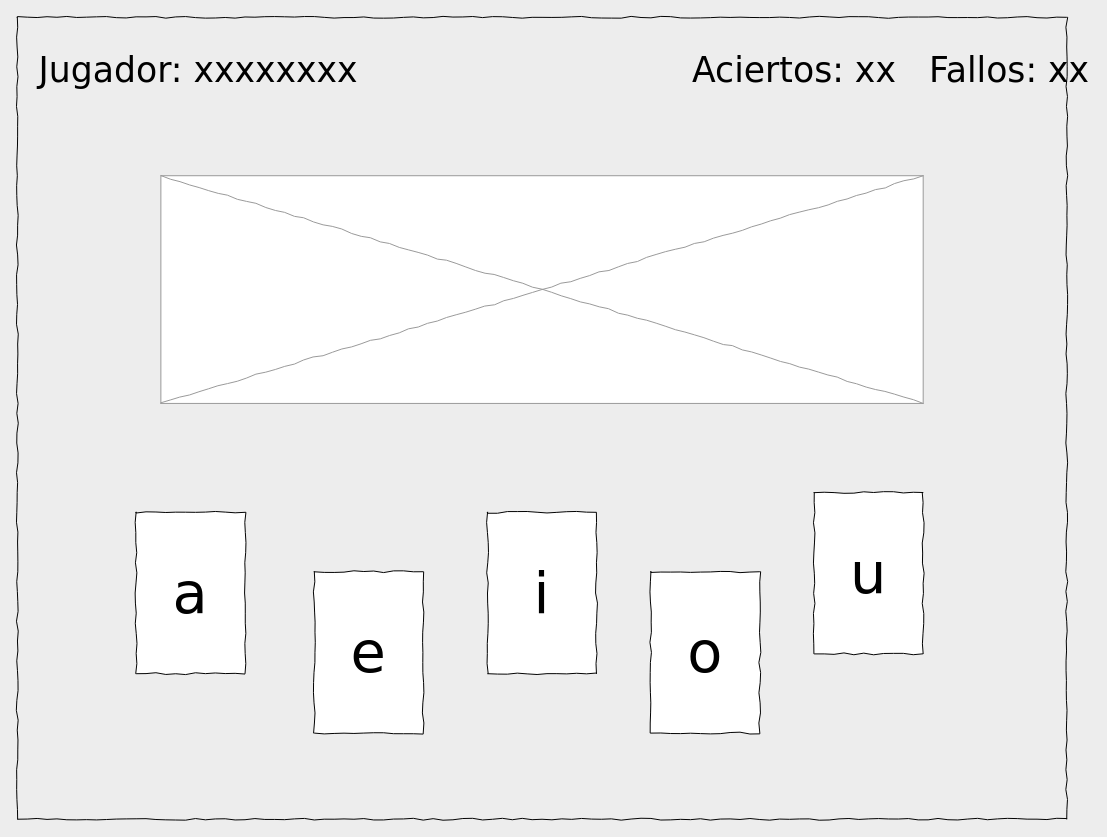
puyojulian/MiniProyecto1FPOE keeps this draw.io diagram as Diseno de Interfaz de Juego.drawio. Above is the earlier version. Source tidied: cells renumbered, new cells numbered last; positions are measured from the earlier drawing's top-left corner, leaving out a move shared by most shapes. Both pictures are drawn from the tidied source at 99%, with x=0, y=0 at pixel (17, 17).
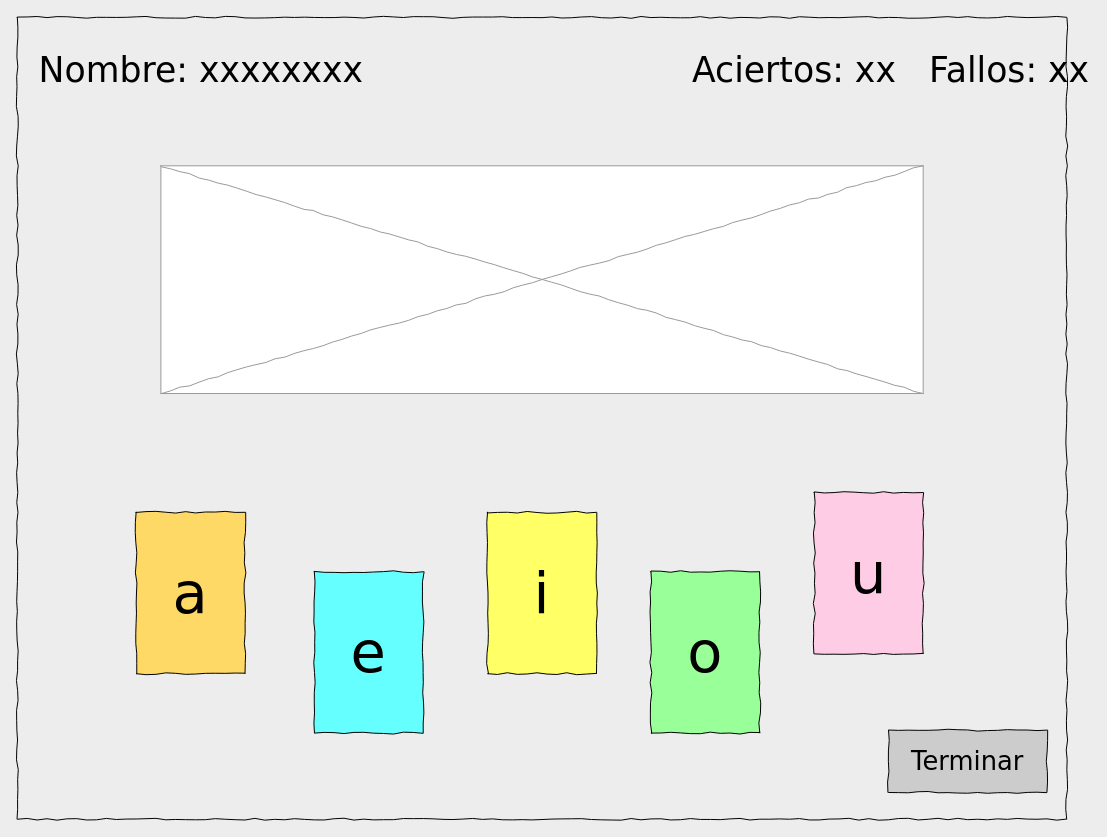
Above is the later version.

Diff of the diagram source:
```diff
@@
 <mxGraphModel background="#ededed">
   <root>
     <mxCell id="0" />
     <mxCell id="1" parent="0" />
     <mxCell id="2" style="whiteSpace=wrap;html=1;rounded=0;shadow=0;labelBackgroundColor=none;strokeColor=#000000;strokeWidth=1;fillColor=none;fontFamily=Verdana;fontSize=12;fontColor=none;align=center;comic=1;noLabel=1;" parent="1" vertex="1">
       <mxGeometry width="1060" height="810" as="geometry" />
     </mxCell>
-    <mxCell id="3" value="Jugador: xxxxxxxx" style="text;html=1;align=left;verticalAlign=top;spacingTop=-4;fontSize=35;fontFamily=Verdana;" parent="1" vertex="1">
+    <mxCell id="3" value="Nombre: xxxxxxxx" style="text;html=1;align=left;verticalAlign=top;spacingTop=-4;fontSize=35;fontFamily=Verdana;" parent="1" vertex="1">
       <mxGeometry x="20" y="30" width="270" height="50" as="geometry" />
     </mxCell>
     <mxCell id="4" style="verticalLabelPosition=bottom;shadow=0;dashed=0;align=center;html=1;verticalAlign=top;strokeWidth=1;shape=mxgraph.mockup.graphics.simpleIcon;strokeColor=#999999;rounded=0;labelBackgroundColor=none;fontFamily=Verdana;fontSize=14;fontColor=#000000;comic=1;" parent="1" vertex="1">
-      <mxGeometry x="145" y="160" width="770" height="230" as="geometry" />
+      <mxGeometry x="145" y="150" width="770" height="230" as="geometry" />
     </mxCell>
-    <mxCell id="5" value="&lt;font style=&quot;font-size: 58px;&quot;&gt;a&lt;/font&gt;" style="whiteSpace=wrap;html=1;rounded=0;shadow=0;labelBackgroundColor=none;strokeWidth=1;fontFamily=Verdana;fontSize=28;align=center;comic=1;" parent="1" vertex="1">
+    <mxCell id="5" value="&lt;font style=&quot;font-size: 58px;&quot;&gt;a&lt;/font&gt;" style="whiteSpace=wrap;html=1;rounded=0;shadow=0;labelBackgroundColor=#FFD966;strokeWidth=1;fontFamily=Verdana;fontSize=28;align=center;comic=1;fillColor=#FFD966;" parent="1" vertex="1">
       <mxGeometry x="120" y="500" width="110" height="163" as="geometry" />
     </mxCell>
     <mxCell id="6" value="Aciertos: xx&amp;nbsp; &amp;nbsp;Fallos: xx" style="text;html=1;align=left;verticalAlign=top;spacingTop=-4;fontSize=35;fontFamily=Verdana;" parent="1" vertex="1">
       <mxGeometry x="680" y="30" width="360" height="50" as="geometry" />
     </mxCell>
-    <mxCell id="7" value="&lt;font style=&quot;font-size: 58px;&quot;&gt;e&lt;/font&gt;" style="whiteSpace=wrap;html=1;rounded=0;shadow=0;labelBackgroundColor=none;strokeWidth=1;fontFamily=Verdana;fontSize=28;align=center;comic=1;" parent="1" vertex="1">
+    <mxCell id="7" value="&lt;font style=&quot;font-size: 58px;&quot;&gt;e&lt;/font&gt;" style="whiteSpace=wrap;html=1;rounded=0;shadow=0;labelBackgroundColor=none;strokeWidth=1;fontFamily=Verdana;fontSize=28;align=center;comic=1;fillColor=#66FFFF;" parent="1" vertex="1">
       <mxGeometry x="300" y="560" width="110" height="163" as="geometry" />
     </mxCell>
-    <mxCell id="8" value="&lt;font style=&quot;font-size: 58px;&quot;&gt;i&lt;/font&gt;" style="whiteSpace=wrap;html=1;rounded=0;shadow=0;labelBackgroundColor=none;strokeWidth=1;fontFamily=Verdana;fontSize=28;align=center;comic=1;" parent="1" vertex="1">
+    <mxCell id="8" value="&lt;font style=&quot;font-size: 58px;&quot;&gt;i&lt;/font&gt;" style="whiteSpace=wrap;html=1;rounded=0;shadow=0;labelBackgroundColor=none;strokeWidth=1;fontFamily=Verdana;fontSize=28;align=center;comic=1;fillColor=#FFFF66;" parent="1" vertex="1">
       <mxGeometry x="475" y="500" width="110" height="163" as="geometry" />
     </mxCell>
-    <mxCell id="9" value="&lt;font style=&quot;font-size: 58px;&quot;&gt;o&lt;/font&gt;" style="whiteSpace=wrap;html=1;rounded=0;shadow=0;labelBackgroundColor=none;strokeWidth=1;fontFamily=Verdana;fontSize=28;align=center;comic=1;" parent="1" vertex="1">
+    <mxCell id="9" value="&lt;font style=&quot;font-size: 58px;&quot;&gt;o&lt;/font&gt;" style="whiteSpace=wrap;html=1;rounded=0;shadow=0;labelBackgroundColor=none;strokeWidth=1;fontFamily=Verdana;fontSize=28;align=center;comic=1;fillColor=#99FF99;" parent="1" vertex="1">
       <mxGeometry x="640" y="560" width="110" height="163" as="geometry" />
     </mxCell>
-    <mxCell id="10" value="&lt;font style=&quot;font-size: 58px;&quot;&gt;u&lt;/font&gt;" style="whiteSpace=wrap;html=1;rounded=0;shadow=0;labelBackgroundColor=none;strokeWidth=1;fontFamily=Verdana;fontSize=28;align=center;comic=1;" parent="1" vertex="1">
+    <mxCell id="10" value="&lt;font style=&quot;font-size: 58px;&quot;&gt;u&lt;/font&gt;" style="whiteSpace=wrap;html=1;rounded=0;shadow=0;labelBackgroundColor=none;strokeWidth=1;fontFamily=Verdana;fontSize=28;align=center;comic=1;fillColor=#FFCCE6;" parent="1" vertex="1">
       <mxGeometry x="805" y="480" width="110" height="163" as="geometry" />
     </mxCell>
+    <mxCell id="11" value="&lt;font style=&quot;font-size: 26px;&quot;&gt;Terminar&lt;/font&gt;" style="whiteSpace=wrap;html=1;rounded=0;shadow=0;labelBackgroundColor=none;strokeWidth=1;fontFamily=Verdana;fontSize=26;align=center;comic=1;fillColor=#CCCCCC;" parent="1" vertex="1">
+      <mxGeometry x="880" y="720" width="160" height="63" as="geometry" />
+    </mxCell>
   </root>
 </mxGraphModel>
```
